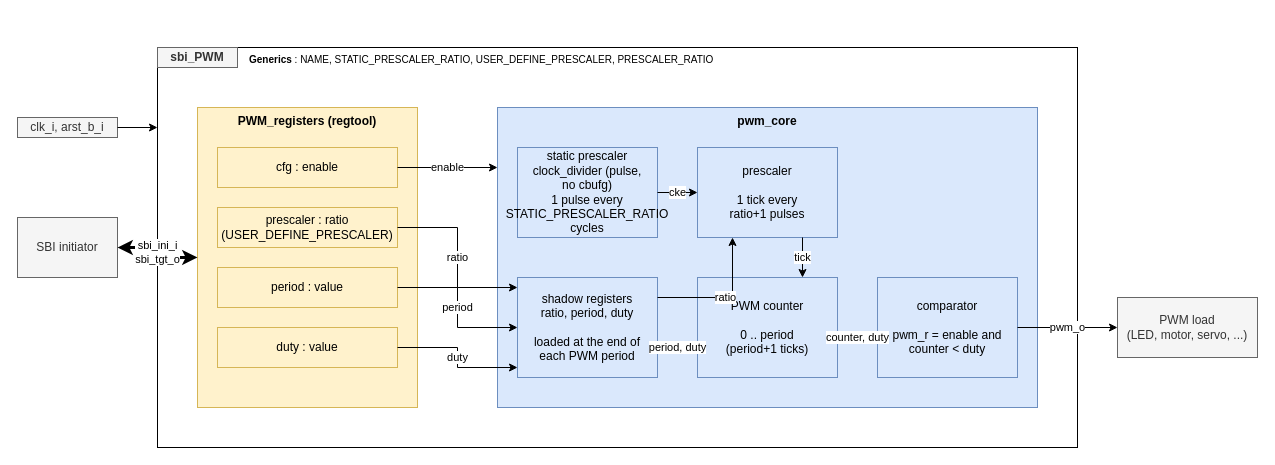
deuskane/asylum-component-pwm keeps this draw.io diagram as doc/PWM.drawio. Above is the earlier version. Source tidied: cells renumbered, new cells numbered last; positions are measured from the earlier drawing's top-left corner, leaving out a move shared by most shapes. Both pictures are drawn from the tidied source at 100%, with x=0, y=0 at pixel (17, 47).
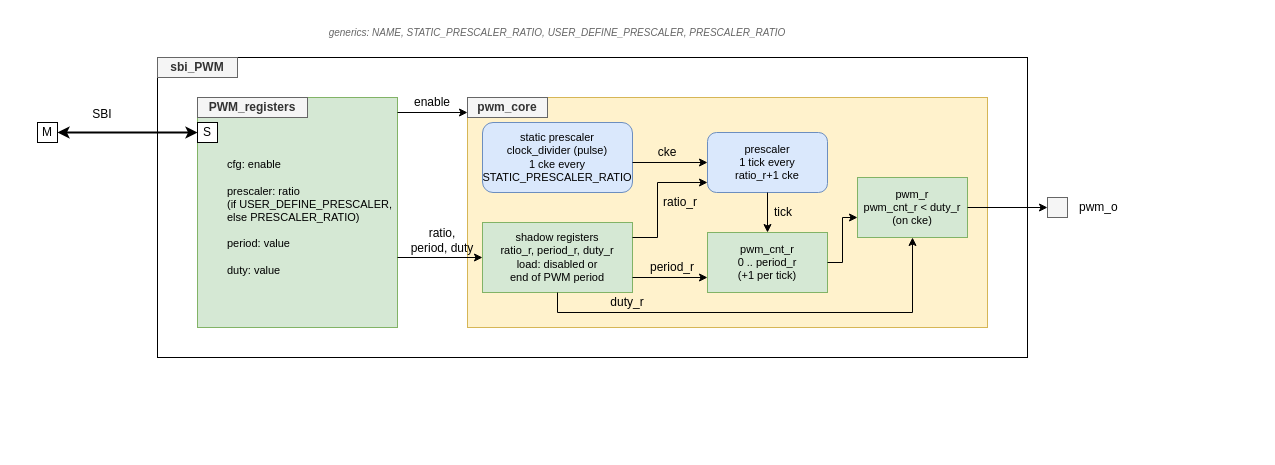
The same page after the edit.

Commit message (it also covers changes not shown here):
PWM - doc : block diagram in the Asylum style and PWM timing

Diff of the diagram source:
```diff
@@
-    <mxCell id="2" style="rounded=0;whiteSpace=wrap;html=1;" parent="1" vertex="1">
-      <mxGeometry x="140" width="920" height="400" as="geometry" />
-    </mxCell>
+    <mxCell id="31" value="generics: NAME, STATIC_PRESCALER_RATIO, USER_DEFINE_PRESCALER, PRESCALER_RATIO" style="text;html=1;whiteSpace=wrap;strokeColor=none;fillColor=none;verticalAlign=middle;rounded=0;fontSize=10;fontColor=#666666;fontStyle=2;align=center;" parent="1" vertex="1">
+      <mxGeometry x="140" y="-30" width="800" height="30" as="geometry" />
+    </mxCell>
+    <mxCell id="32" style="rounded=0;whiteSpace=wrap;html=1;" parent="1" vertex="1">
+      <mxGeometry x="140" y="10" width="870" height="300" as="geometry" />
+    </mxCell>
     <mxCell id="3" value="sbi_PWM" style="rounded=0;whiteSpace=wrap;html=1;fontStyle=1;fillColor=#f5f5f5;fontColor=#333333;strokeColor=#666666;" parent="1" vertex="1">
-      <mxGeometry x="140" width="80" height="20" as="geometry" />
+      <mxGeometry x="140" y="10" width="80" height="20" as="geometry" />
     </mxCell>
-    <mxCell id="4" value="&lt;b&gt;Generics&lt;/b&gt; : NAME, STATIC_PRESCALER_RATIO, USER_DEFINE_PRESCALER, PRESCALER_RATIO" style="text;html=1;whiteSpace=wrap;strokeColor=none;fillColor=none;align=left;verticalAlign=top;rounded=0;fontSize=10;" parent="1" vertex="1">
-      <mxGeometry x="230" width="820" height="40" as="geometry" />
-    </mxCell>
-    <mxCell id="5" value="PWM_registers (regtool)" style="rounded=0;whiteSpace=wrap;html=1;fillColor=#fff2cc;strokeColor=#d6b656;verticalAlign=top;fontStyle=1;" parent="1" vertex="1">
-      <mxGeometry x="180" y="60" width="220" height="300" as="geometry" />
-    </mxCell>
-    <mxCell id="6" value="cfg : enable" style="rounded=0;whiteSpace=wrap;html=1;fillColor=#fff2cc;strokeColor=#d6b656;" parent="1" vertex="1">
-      <mxGeometry x="200" y="100" width="180" height="40" as="geometry" />
-    </mxCell>
-    <mxCell id="7" value="prescaler : ratio&lt;br&gt;(USER_DEFINE_PRESCALER)" style="rounded=0;whiteSpace=wrap;html=1;fillColor=#fff2cc;strokeColor=#d6b656;" parent="1" vertex="1">
-      <mxGeometry x="200" y="160" width="180" height="40" as="geometry" />
-    </mxCell>
-    <mxCell id="8" value="period : value" style="rounded=0;whiteSpace=wrap;html=1;fillColor=#fff2cc;strokeColor=#d6b656;" parent="1" vertex="1">
-      <mxGeometry x="200" y="220" width="180" height="40" as="geometry" />
-    </mxCell>
-    <mxCell id="9" value="duty : value" style="rounded=0;whiteSpace=wrap;html=1;fillColor=#fff2cc;strokeColor=#d6b656;" parent="1" vertex="1">
-      <mxGeometry x="200" y="280" width="180" height="40" as="geometry" />
-    </mxCell>
+    <mxCell id="33" style="rounded=0;whiteSpace=wrap;html=1;fillColor=#d5e8d4;strokeColor=#82b366;" parent="1" vertex="1">
+      <mxGeometry x="180" y="50" width="200" height="230" as="geometry" />
+    </mxCell>
+    <mxCell id="34" value="PWM_registers" style="rounded=0;whiteSpace=wrap;html=1;fontStyle=1;fillColor=#f5f5f5;fontColor=#333333;strokeColor=#666666;" parent="1" vertex="1">
+      <mxGeometry x="180" y="50" width="110" height="20" as="geometry" />
+    </mxCell>
+    <mxCell id="35" value="cfg: enable&lt;br&gt;&lt;br&gt;prescaler: ratio&lt;br&gt;(if USER_DEFINE_PRESCALER,&lt;br&gt;else PRESCALER_RATIO)&lt;br&gt;&lt;br&gt;period: value&lt;br&gt;&lt;br&gt;duty: value" style="text;html=1;whiteSpace=wrap;strokeColor=none;fillColor=none;verticalAlign=middle;rounded=0;fontSize=11;align=left;" parent="1" vertex="1">
+      <mxGeometry x="208" y="90" width="170" height="160" as="geometry" />
+    </mxCell>
+    <mxCell id="36" value="M" style="rounded=0;whiteSpace=wrap;html=1;" parent="1" vertex="1">
+      <mxGeometry x="20" y="75" width="20" height="20" as="geometry" />
+    </mxCell>
+    <mxCell id="37" value="S" style="rounded=0;whiteSpace=wrap;html=1;" parent="1" vertex="1">
+      <mxGeometry x="180" y="75" width="20" height="20" as="geometry" />
+    </mxCell>
+    <mxCell id="38" style="edgeStyle=orthogonalEdgeStyle;rounded=0;html=1;startArrow=classic;startFill=1;strokeWidth=2;" parent="1" edge="1">
+      <mxGeometry relative="1" as="geometry">
+        <mxPoint x="40" y="85" as="sourcePoint" />
+        <mxPoint x="180" y="85" as="targetPoint" />
+      </mxGeometry>
+    </mxCell>
+    <mxCell id="39" value="SBI" style="text;html=1;whiteSpace=wrap;strokeColor=none;fillColor=none;verticalAlign=middle;rounded=0;align=center;" parent="1" vertex="1">
+      <mxGeometry x="50" y="57" width="70" height="20" as="geometry" />
+    </mxCell>
+    <mxCell id="40" style="rounded=0;whiteSpace=wrap;html=1;fillColor=#fff2cc;strokeColor=#d6b656;" parent="1" vertex="1">
+      <mxGeometry x="450" y="50" width="520" height="230" as="geometry" />
+    </mxCell>
-    <mxCell id="10" value="pwm_core" style="rounded=0;whiteSpace=wrap;html=1;fillColor=#dae8fc;strokeColor=#6c8ebf;verticalAlign=top;fontStyle=1;" parent="1" vertex="1">
-      <mxGeometry x="480" y="60" width="540" height="300" as="geometry" />
+    <mxCell id="10" value="pwm_core" style="rounded=0;whiteSpace=wrap;html=1;fontStyle=1;fillColor=#f5f5f5;fontColor=#333333;strokeColor=#666666;" parent="1" vertex="1">
+      <mxGeometry x="450" y="50" width="80" height="20" as="geometry" />
     </mxCell>
-    <mxCell id="11" value="static prescaler&lt;br&gt;clock_divider (pulse,&lt;br&gt;no cbufg)&lt;br&gt;1 pulse every&lt;br&gt;STATIC_PRESCALER_RATIO cycles" style="rounded=0;whiteSpace=wrap;html=1;fillColor=#dae8fc;strokeColor=#6c8ebf;" parent="1" vertex="1">
-      <mxGeometry x="500" y="100" width="140" height="90" as="geometry" />
-    </mxCell>
-    <mxCell id="12" value="prescaler&lt;br&gt;&lt;br&gt;1 tick every&lt;br&gt;ratio+1 pulses" style="rounded=0;whiteSpace=wrap;html=1;fillColor=#dae8fc;strokeColor=#6c8ebf;" parent="1" vertex="1">
-      <mxGeometry x="680" y="100" width="140" height="90" as="geometry" />
-    </mxCell>
-    <mxCell id="13" value="shadow registers&lt;br&gt;ratio, period, duty&lt;br&gt;&lt;br&gt;loaded at the end of&lt;br&gt;each PWM period" style="rounded=0;whiteSpace=wrap;html=1;fillColor=#dae8fc;strokeColor=#6c8ebf;" parent="1" vertex="1">
-      <mxGeometry x="500" y="230" width="140" height="100" as="geometry" />
-    </mxCell>
-    <mxCell id="14" value="PWM counter&lt;br&gt;&lt;br&gt;0 .. period&lt;br&gt;(period+1 ticks)" style="rounded=0;whiteSpace=wrap;html=1;fillColor=#dae8fc;strokeColor=#6c8ebf;" parent="1" vertex="1">
-      <mxGeometry x="680" y="230" width="140" height="100" as="geometry" />
-    </mxCell>
-    <mxCell id="15" value="comparator&lt;br&gt;&lt;br&gt;pwm_r = enable and&lt;br&gt;counter &amp;lt; duty" style="rounded=0;whiteSpace=wrap;html=1;fillColor=#dae8fc;strokeColor=#6c8ebf;" parent="1" vertex="1">
-      <mxGeometry x="860" y="230" width="140" height="100" as="geometry" />
-    </mxCell>
-    <mxCell id="16" value="SBI initiator" style="rounded=0;whiteSpace=wrap;html=1;fillColor=#f5f5f5;fontColor=#333333;strokeColor=#666666;" parent="1" vertex="1">
-      <mxGeometry y="170" width="100" height="60" as="geometry" />
-    </mxCell>
-    <mxCell id="17" value="clk_i, arst_b_i" style="rounded=0;whiteSpace=wrap;html=1;fillColor=#f5f5f5;fontColor=#333333;strokeColor=#666666;" parent="1" vertex="1">
-      <mxGeometry y="70" width="100" height="20" as="geometry" />
-    </mxCell>
-    <mxCell id="18" value="PWM load&lt;br&gt;(LED, motor, servo, ...)" style="rounded=0;whiteSpace=wrap;html=1;fillColor=#f5f5f5;fontColor=#333333;strokeColor=#666666;" parent="1" vertex="1">
-      <mxGeometry x="1100" y="250" width="140" height="60" as="geometry" />
-    </mxCell>
-    <mxCell id="19" value="sbi_ini_i&lt;br&gt;sbi_tgt_o" style="edgeStyle=orthogonalEdgeStyle;rounded=0;jettySize=auto;html=1;strokeWidth=3;startArrow=classic;startFill=1;" parent="1" edge="1" source="16" target="5">
-      <mxGeometry relative="1" as="geometry" />
-    </mxCell>
-    <mxCell id="20" style="edgeStyle=orthogonalEdgeStyle;rounded=0;jettySize=auto;html=1;exitX=1;exitY=0.5;entryX=0;entryY=0.2;" parent="1" edge="1" source="17" target="2">
-      <mxGeometry relative="1" as="geometry" />
-    </mxCell>
+    <mxCell id="41" value="static prescaler&lt;br&gt;clock_divider (pulse)&lt;br&gt;1 cke every&lt;br&gt;STATIC_PRESCALER_RATIO" style="rounded=1;whiteSpace=wrap;html=1;fontSize=11;fillColor=#dae8fc;strokeColor=#6c8ebf;" parent="1" vertex="1">
+      <mxGeometry x="465" y="75" width="150" height="70" as="geometry" />
+    </mxCell>
+    <mxCell id="42" value="shadow registers&lt;br&gt;ratio_r, period_r, duty_r&lt;br&gt;load: disabled or&lt;br&gt;end of PWM period" style="rounded=0;whiteSpace=wrap;html=1;fontSize=11;fillColor=#d5e8d4;strokeColor=#82b366;" parent="1" vertex="1">
+      <mxGeometry x="465" y="175" width="150" height="70" as="geometry" />
+    </mxCell>
+    <mxCell id="43" value="prescaler&lt;br&gt;1 tick every&lt;br&gt;ratio_r+1 cke" style="rounded=1;whiteSpace=wrap;html=1;fontSize=11;fillColor=#dae8fc;strokeColor=#6c8ebf;" parent="1" vertex="1">
+      <mxGeometry x="690" y="85" width="120" height="60" as="geometry" />
+    </mxCell>
+    <mxCell id="44" value="pwm_cnt_r&lt;br&gt;0 .. period_r&lt;br&gt;(+1 per tick)" style="rounded=0;whiteSpace=wrap;html=1;fontSize=11;fillColor=#d5e8d4;strokeColor=#82b366;" parent="1" vertex="1">
+      <mxGeometry x="690" y="185" width="120" height="60" as="geometry" />
+    </mxCell>
+    <mxCell id="45" value="pwm_r&lt;br&gt;pwm_cnt_r &amp;lt; duty_r&lt;br&gt;(on cke)" style="rounded=0;whiteSpace=wrap;html=1;fontSize=11;fillColor=#d5e8d4;strokeColor=#82b366;" parent="1" vertex="1">
+      <mxGeometry x="840" y="130" width="110" height="60" as="geometry" />
+    </mxCell>
+    <mxCell id="46" style="edgeStyle=orthogonalEdgeStyle;rounded=0;html=1;" parent="1" edge="1">
+      <mxGeometry relative="1" as="geometry">
+        <mxPoint x="380" y="65" as="sourcePoint" />
+        <mxPoint x="450" y="65" as="targetPoint" />
+      </mxGeometry>
+    </mxCell>
-    <mxCell id="21" value="enable" style="edgeStyle=orthogonalEdgeStyle;rounded=0;jettySize=auto;html=1;exitX=1;exitY=0.5;entryX=0;entryY=0.2;" parent="1" edge="1" source="6" target="10">
-      <mxGeometry relative="1" as="geometry" />
+    <mxCell id="21" value="enable" style="text;html=1;whiteSpace=wrap;strokeColor=none;fillColor=none;verticalAlign=middle;rounded=0;align=center;" parent="1" vertex="1">
+      <mxGeometry x="385" y="45" width="60" height="20" as="geometry" />
     </mxCell>
-    <mxCell id="22" value="ratio" style="edgeStyle=orthogonalEdgeStyle;rounded=0;jettySize=auto;html=1;exitX=1;exitY=0.5;entryX=0;entryY=0.1;" parent="1" edge="1" source="7" target="13">
-      <mxGeometry relative="1" as="geometry" />
-    </mxCell>
-    <mxCell id="23" value="period" style="edgeStyle=orthogonalEdgeStyle;rounded=0;jettySize=auto;html=1;exitX=1;exitY=0.5;entryX=0;entryY=0.5;" parent="1" edge="1" source="8" target="13">
-      <mxGeometry relative="1" as="geometry" />
-    </mxCell>
-    <mxCell id="24" value="duty" style="edgeStyle=orthogonalEdgeStyle;rounded=0;jettySize=auto;html=1;exitX=1;exitY=0.5;entryX=0;entryY=0.9;" parent="1" edge="1" source="9" target="13">
-      <mxGeometry relative="1" as="geometry" />
-    </mxCell>
+    <mxCell id="47" style="edgeStyle=orthogonalEdgeStyle;rounded=0;html=1;" parent="1" edge="1">
+      <mxGeometry relative="1" as="geometry">
+        <mxPoint x="380" y="210" as="sourcePoint" />
+        <mxPoint x="465" y="210" as="targetPoint" />
+      </mxGeometry>
+    </mxCell>
+    <mxCell id="48" value="ratio,&lt;br&gt;period, duty" style="text;html=1;whiteSpace=wrap;strokeColor=none;fillColor=none;verticalAlign=middle;rounded=0;align=center;" parent="1" vertex="1">
+      <mxGeometry x="385" y="175" width="80" height="35" as="geometry" />
+    </mxCell>
+    <mxCell id="49" style="edgeStyle=orthogonalEdgeStyle;rounded=0;html=1;" parent="1" edge="1">
+      <mxGeometry relative="1" as="geometry">
+        <mxPoint x="615" y="115" as="sourcePoint" />
+        <mxPoint x="690" y="115" as="targetPoint" />
+      </mxGeometry>
+    </mxCell>
-    <mxCell id="25" value="cke" style="edgeStyle=orthogonalEdgeStyle;rounded=0;jettySize=auto;html=1;exitX=1;exitY=0.5;entryX=0;entryY=0.5;" parent="1" edge="1" source="11" target="12">
-      <mxGeometry relative="1" as="geometry" />
+    <mxCell id="25" value="cke" style="text;html=1;whiteSpace=wrap;strokeColor=none;fillColor=none;verticalAlign=middle;rounded=0;align=center;" parent="1" vertex="1">
+      <mxGeometry x="625" y="95" width="50" height="20" as="geometry" />
     </mxCell>
-    <mxCell id="26" value="ratio" style="edgeStyle=orthogonalEdgeStyle;rounded=0;jettySize=auto;html=1;exitX=1;exitY=0.2;entryX=0.25;entryY=1;" parent="1" edge="1" source="13" target="12">
-      <mxGeometry relative="1" as="geometry" />
-    </mxCell>
+    <mxCell id="50" style="edgeStyle=orthogonalEdgeStyle;rounded=0;html=1;" parent="1" edge="1">
+      <mxGeometry relative="1" as="geometry">
+        <mxPoint x="615" y="190" as="sourcePoint" />
+        <mxPoint x="690" y="135" as="targetPoint" />
+        <Array as="points">
+          <mxPoint x="640" y="190" />
+          <mxPoint x="640" y="135" />
+        </Array>
+      </mxGeometry>
+    </mxCell>
+    <mxCell id="51" value="ratio_r" style="text;html=1;whiteSpace=wrap;strokeColor=none;fillColor=none;verticalAlign=middle;rounded=0;align=left;" parent="1" vertex="1">
+      <mxGeometry x="644" y="145" width="45" height="20" as="geometry" />
+    </mxCell>
+    <mxCell id="52" style="edgeStyle=orthogonalEdgeStyle;rounded=0;html=1;" parent="1" edge="1">
+      <mxGeometry relative="1" as="geometry">
+        <mxPoint x="615" y="230" as="sourcePoint" />
+        <mxPoint x="690" y="230" as="targetPoint" />
+      </mxGeometry>
+    </mxCell>
+    <mxCell id="53" value="period_r" style="text;html=1;whiteSpace=wrap;strokeColor=none;fillColor=none;verticalAlign=middle;rounded=0;align=center;" parent="1" vertex="1">
+      <mxGeometry x="620" y="210" width="70" height="20" as="geometry" />
+    </mxCell>
+    <mxCell id="54" style="edgeStyle=orthogonalEdgeStyle;rounded=0;html=1;" parent="1" edge="1">
+      <mxGeometry relative="1" as="geometry">
+        <mxPoint x="750" y="145" as="sourcePoint" />
+        <mxPoint x="750" y="185" as="targetPoint" />
+      </mxGeometry>
+    </mxCell>
-    <mxCell id="27" value="tick" style="edgeStyle=orthogonalEdgeStyle;rounded=0;jettySize=auto;html=1;exitX=0.75;exitY=1;entryX=0.75;entryY=0;" parent="1" edge="1" source="12" target="14">
-      <mxGeometry relative="1" as="geometry" />
+    <mxCell id="27" value="tick" style="text;html=1;whiteSpace=wrap;strokeColor=none;fillColor=none;verticalAlign=middle;rounded=0;align=left;" parent="1" vertex="1">
+      <mxGeometry x="755" y="155" width="40" height="20" as="geometry" />
     </mxCell>
-    <mxCell id="28" value="period, duty" style="edgeStyle=orthogonalEdgeStyle;rounded=0;jettySize=auto;html=1;exitX=1;exitY=0.7;entryX=0;entryY=0.7;" parent="1" edge="1" source="13" target="14">
-      <mxGeometry relative="1" as="geometry" />
-    </mxCell>
-    <mxCell id="29" value="counter, duty" style="edgeStyle=orthogonalEdgeStyle;rounded=0;jettySize=auto;html=1;exitX=1;exitY=0.6;entryX=0;entryY=0.6;" parent="1" edge="1" source="14" target="15">
-      <mxGeometry relative="1" as="geometry" />
-    </mxCell>
+    <mxCell id="55" style="edgeStyle=orthogonalEdgeStyle;rounded=0;html=1;" parent="1" edge="1">
+      <mxGeometry relative="1" as="geometry">
+        <mxPoint x="810" y="215" as="sourcePoint" />
+        <mxPoint x="840" y="170" as="targetPoint" />
+        <Array as="points">
+          <mxPoint x="825" y="215" />
+          <mxPoint x="825" y="170" />
+        </Array>
+      </mxGeometry>
+    </mxCell>
+    <mxCell id="56" style="edgeStyle=orthogonalEdgeStyle;rounded=0;html=1;" parent="1" edge="1">
+      <mxGeometry relative="1" as="geometry">
+        <mxPoint x="540" y="245" as="sourcePoint" />
+        <mxPoint x="895" y="190" as="targetPoint" />
+        <Array as="points">
+          <mxPoint x="540" y="265" />
+          <mxPoint x="895" y="265" />
+        </Array>
+      </mxGeometry>
+    </mxCell>
+    <mxCell id="57" value="duty_r" style="text;html=1;whiteSpace=wrap;strokeColor=none;fillColor=none;verticalAlign=middle;rounded=0;align=center;" parent="1" vertex="1">
+      <mxGeometry x="580" y="245" width="60" height="20" as="geometry" />
+    </mxCell>
+    <mxCell id="58" style="rounded=0;whiteSpace=wrap;html=1;fillColor=#f5f5f5;fontColor=#333333;strokeColor=#666666;" parent="1" vertex="1">
+      <mxGeometry x="1030" y="150" width="20" height="20" as="geometry" />
+    </mxCell>
+    <mxCell id="59" style="edgeStyle=orthogonalEdgeStyle;rounded=0;html=1;" parent="1" edge="1">
+      <mxGeometry relative="1" as="geometry">
+        <mxPoint x="950" y="160" as="sourcePoint" />
+        <mxPoint x="1030" y="160" as="targetPoint" />
+      </mxGeometry>
+    </mxCell>
-    <mxCell id="30" value="pwm_o" style="edgeStyle=orthogonalEdgeStyle;rounded=0;jettySize=auto;html=1;exitX=1;exitY=0.5;entryX=0;entryY=0.5;" parent="1" edge="1" source="15" target="18">
-      <mxGeometry relative="1" as="geometry" />
+    <mxCell id="30" value="pwm_o" style="text;html=1;whiteSpace=wrap;strokeColor=none;fillColor=none;verticalAlign=middle;rounded=0;align=left;" parent="1" vertex="1">
+      <mxGeometry x="1060" y="145" width="170" height="30" as="geometry" />
     </mxCell>
```
